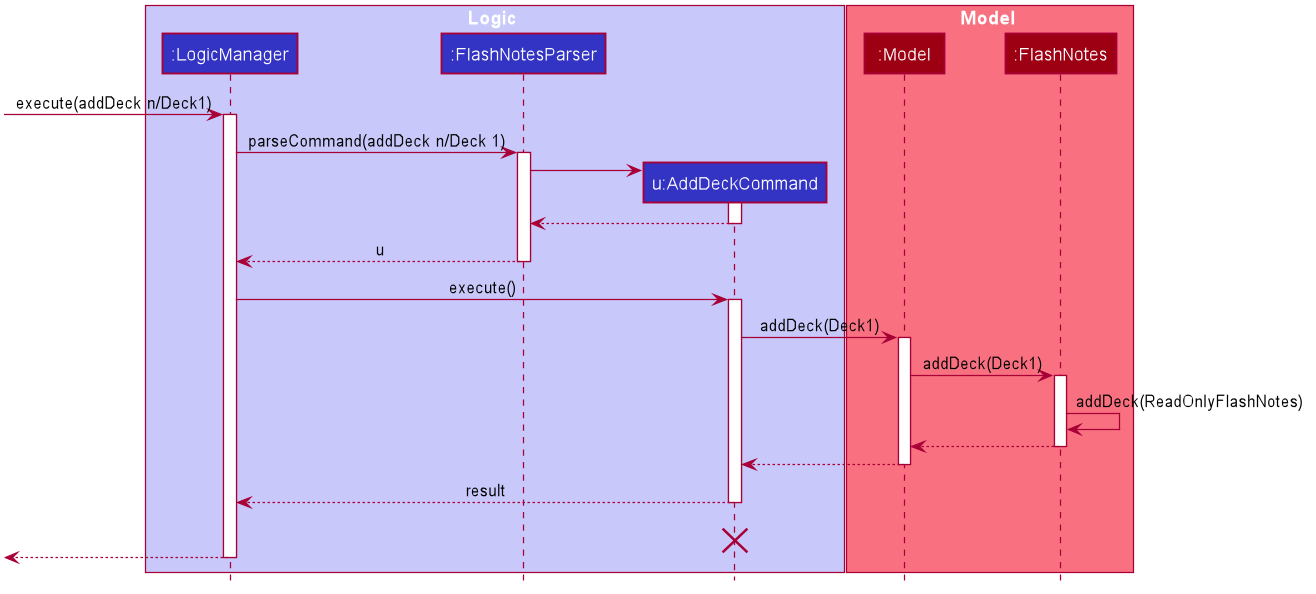
rachel170/tp keeps this PlantUML diagram as docs/images/AddDeckSequenceDiagram.png. Above is the earlier version. Source of this version:
```plantuml
@startuml








skinparam BackgroundColor #FFFFFFF

skinparam Shadowing false

skinparam Class {
    FontColor #FFFFFF
    BorderThickness 1
    BorderColor #FFFFFF
    StereotypeFontColor #FFFFFF
    FontName Arial
}

skinparam Actor {
    BorderColor #000000
    Color #000000
    FontName Arial
}

skinparam Sequence {
    MessageAlign center
    BoxFontSize 15
    BoxPadding 0
    BoxFontColor #FFFFFF
    FontName Arial
}

skinparam Participant {
    FontColor #FFFFFFF
    Padding 20
}

skinparam MinClassWidth 50
skinparam ParticipantPadding 10
skinparam Shadowing false
skinparam DefaultTextAlignment center
skinparam packageStyle Rectangle

hide footbox
hide members
hide circle

box Logic #C8C8FA
participant ":LogicManager" as LogicManager #3333C4
participant ":FlashNotesParser" as FlashNotesParser #3333C4
participant "u:AddDeckCommand" as AddDeckCommand #3333C4
end box

box Model #F97181
participant ":Model" as Model #9D0012
participant ":FlashNotes" as FlashNotes #9D0012
end box
[-> LogicManager : execute(addDeck n/Deck1)
activate LogicManager

LogicManager -> FlashNotesParser : parseCommand(addDeck n/Deck 1)
activate FlashNotesParser

create AddDeckCommand
FlashNotesParser -> AddDeckCommand
activate AddDeckCommand

AddDeckCommand --> FlashNotesParser
deactivate AddDeckCommand

FlashNotesParser --> LogicManager : u
deactivate FlashNotesParser

LogicManager -> AddDeckCommand : execute()
activate AddDeckCommand

AddDeckCommand -> Model : addDeck(Deck1)
activate Model

Model -> FlashNotes : addDeck(Deck1)
activate FlashNotes

FlashNotes -> FlashNotes :addDeck(ReadOnlyFlashNotes)
FlashNotes --> Model :
deactivate FlashNotes

Model --> AddDeckCommand
deactivate Model

AddDeckCommand --> LogicManager : result
deactivate AddDeckCommand
AddDeckCommand -[hidden]-> LogicManager : result
destroy AddDeckCommand

[<--LogicManager
deactivate LogicManager
@enduml
```
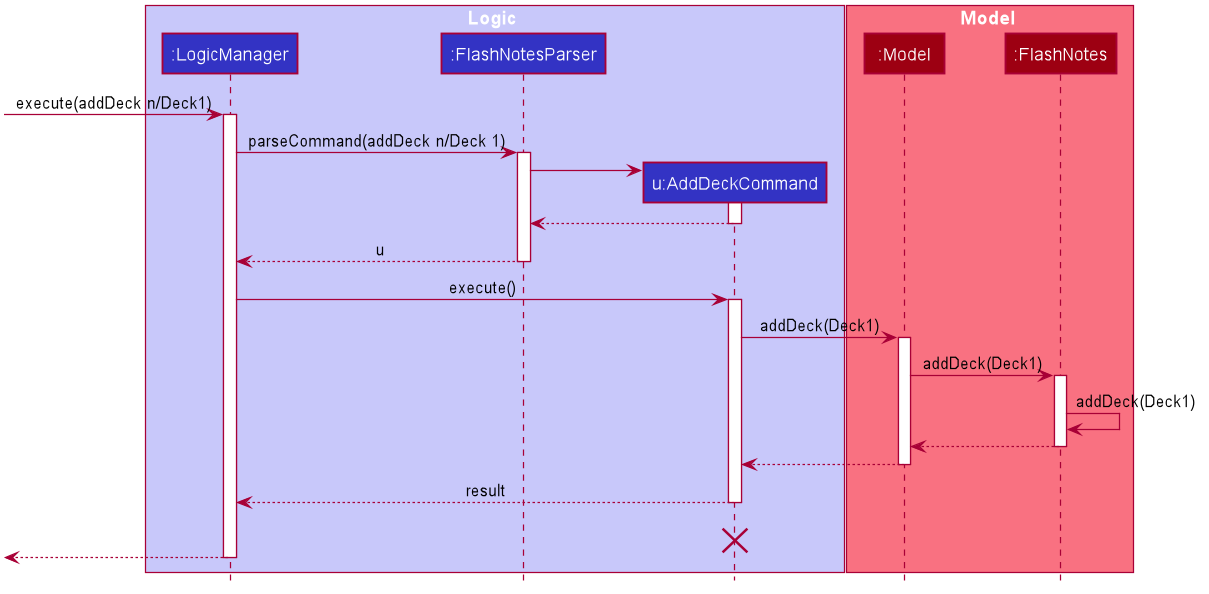
The same diagram one commit later.

Diff of the diagram source:
```diff
@@ -83,7 +83,7 @@
 Model -> FlashNotes : addDeck(Deck1)
 activate FlashNotes
 
-FlashNotes -> FlashNotes :addDeck(ReadOnlyFlashNotes)
+FlashNotes -> FlashNotes :addDeck(Deck1)
 FlashNotes --> Model :
 deactivate FlashNotes
 
```
